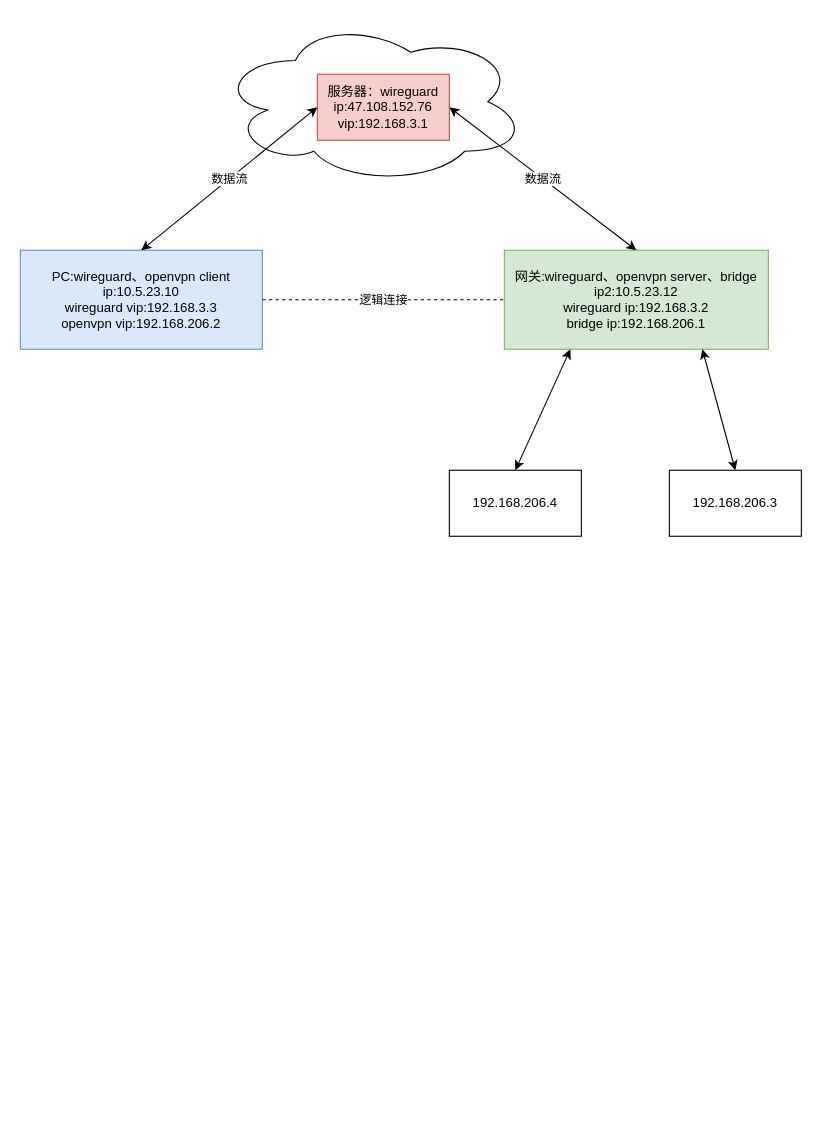
Before: wireguard+openvpn.drawio in huhailong147/Test, a draw.io diagram. Source tidied: cells renumbered, new cells numbered last; positions are measured from the earlier drawing's top-left corner, leaving out a move shared by most shapes. Both pictures are drawn from the tidied source at 110%, with x=0, y=0 at pixel (20, 19).
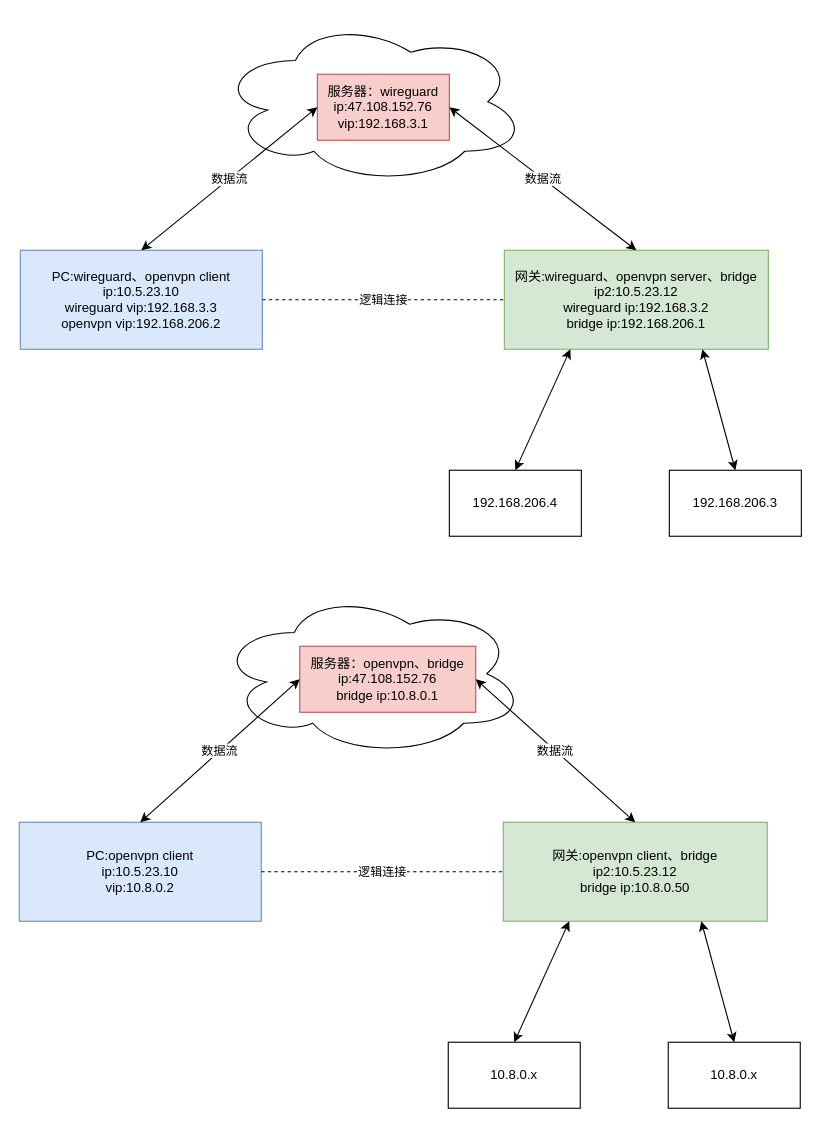
Above is the later version.

What changed in the source:
```diff
@@
+    <mxCell id="13" style="ellipse;shape=cloud;whiteSpace=wrap;html=1;" parent="1" vertex="1">
+      <mxGeometry x="179" y="520" width="280" height="150" as="geometry" />
+    </mxCell>
+    <mxCell id="14" value="服务器：openvpn、bridge&lt;br&gt;ip:47.108.152.76&lt;br&gt;bridge ip:10.8.0.1" style="rounded=0;whiteSpace=wrap;html=1;fillColor=#f8cecc;strokeColor=#b85450;" parent="1" vertex="1">
+      <mxGeometry x="254" y="570" width="160" height="60" as="geometry" />
+    </mxCell>
+    <mxCell id="15" value="PC:openvpn client&lt;br&gt;ip:10.5.23.10&lt;br&gt;vip:10.8.0.2" style="rounded=0;whiteSpace=wrap;html=1;fillColor=#dae8fc;strokeColor=#6c8ebf;" parent="1" vertex="1">
+      <mxGeometry x="-1" y="730" width="220" height="90" as="geometry" />
+    </mxCell>
+    <mxCell id="16" value="网关:openvpn client、bridge&lt;br&gt;ip2:10.5.23.12&lt;br&gt;bridge ip:10.8.0.50" style="rounded=0;whiteSpace=wrap;html=1;fillColor=#d5e8d4;strokeColor=#82b366;" parent="1" vertex="1">
+      <mxGeometry x="439" y="730" width="240" height="90" as="geometry" />
+    </mxCell>
+    <mxCell id="17" value="数据流" style="endArrow=classic;startArrow=classic;html=1;entryX=0;entryY=0.5;entryDx=0;entryDy=0;exitX=0.5;exitY=0;exitDx=0;exitDy=0;" parent="1" edge="1" source="15" target="14">
+      <mxGeometry relative="1" as="geometry" />
+    </mxCell>
+    <mxCell id="18" value="数据流" style="endArrow=classic;startArrow=classic;html=1;exitX=1;exitY=0.5;exitDx=0;exitDy=0;entryX=0.5;entryY=0;entryDx=0;entryDy=0;" parent="1" edge="1" source="14" target="16">
+      <mxGeometry relative="1" as="geometry" />
+    </mxCell>
+    <mxCell id="19" value="逻辑连接" style="endArrow=none;dashed=1;html=1;entryX=0;entryY=0.5;entryDx=0;entryDy=0;exitX=1;exitY=0.5;exitDx=0;exitDy=0;" parent="1" edge="1" source="15" target="16">
+      <mxGeometry relative="1" as="geometry" />
+    </mxCell>
+    <mxCell id="20" value="10.8.0.x" style="rounded=0;whiteSpace=wrap;html=1;" parent="1" vertex="1">
+      <mxGeometry x="389" y="930" width="120" height="60" as="geometry" />
+    </mxCell>
+    <mxCell id="21" value="10.8.0.x" style="rounded=0;whiteSpace=wrap;html=1;" parent="1" vertex="1">
+      <mxGeometry x="589" y="930" width="120" height="60" as="geometry" />
+    </mxCell>
+    <mxCell id="22" style="endArrow=classic;startArrow=classic;html=1;entryX=0.25;entryY=1;entryDx=0;entryDy=0;exitX=0.5;exitY=0;exitDx=0;exitDy=0;" parent="1" edge="1" source="20" target="16">
+      <mxGeometry relative="1" as="geometry" />
+    </mxCell>
+    <mxCell id="23" style="endArrow=classic;startArrow=classic;html=1;entryX=0.75;entryY=1;entryDx=0;entryDy=0;exitX=0.5;exitY=0;exitDx=0;exitDy=0;" parent="1" edge="1" source="21" target="16">
+      <mxGeometry relative="1" as="geometry" />
+    </mxCell>
```
